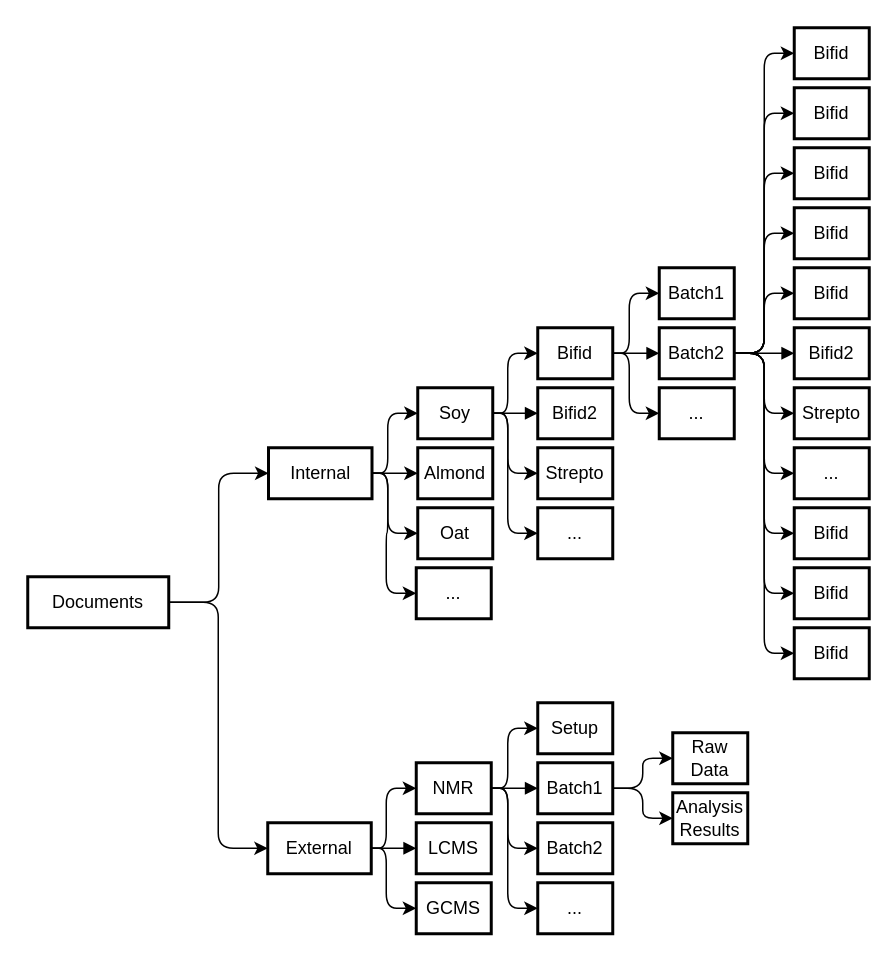
Yoseko/first_streamlit_app keeps this draw.io diagram as Diagramme sans nom.drawio. Above is the earlier version. Source tidied: cells renumbered, new cells numbered last; positions are measured from the earlier drawing's top-left corner, leaving out a move shared by most shapes. Both pictures are drawn from the tidied source at 150%, with x=0, y=0 at pixel (27, 27).
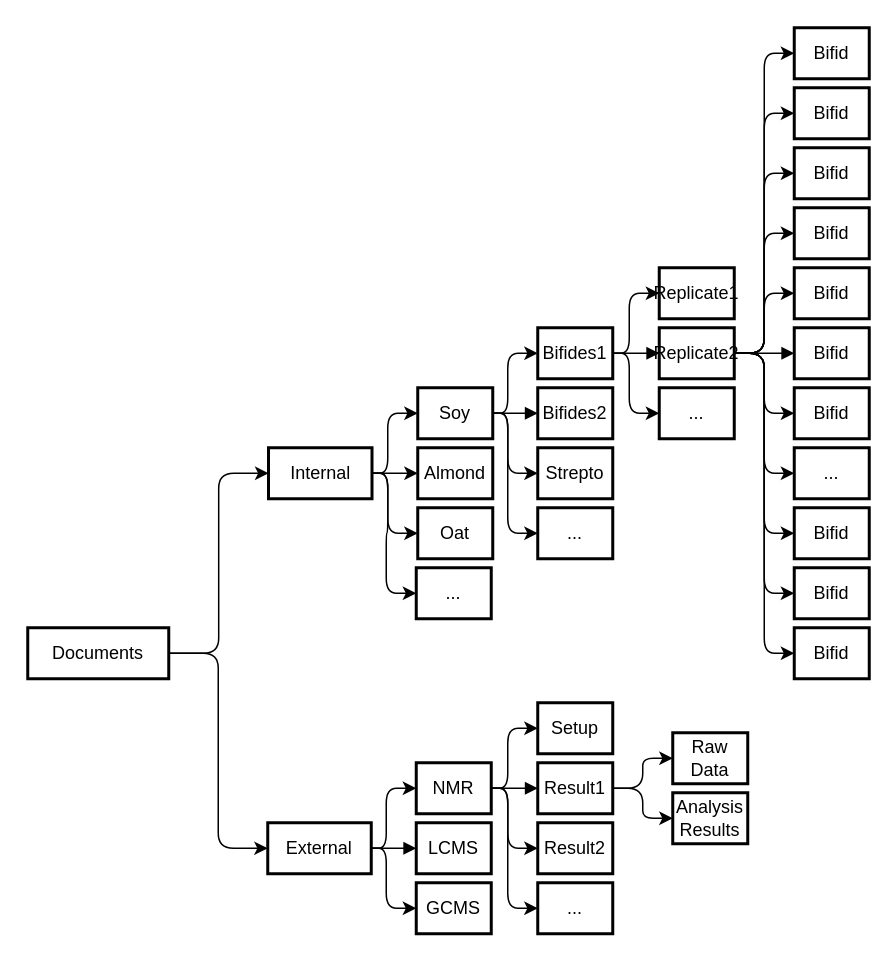
After the change.

What changed in the source:
```diff
@@
     <mxCell id="3" value="Documents" style="whiteSpace=wrap;strokeWidth=2;" parent="1" vertex="1">
-      <mxGeometry y="366" width="94" height="34" as="geometry" />
+      <mxGeometry y="400" width="94" height="34" as="geometry" />
     </mxCell>
@@
-    <mxCell id="28" value="Bifid" style="whiteSpace=wrap;strokeWidth=2;" parent="1" vertex="1">
+    <mxCell id="28" value="Bifides1" style="whiteSpace=wrap;strokeWidth=2;" parent="1" vertex="1">
       <mxGeometry x="340" y="200" width="50" height="34" as="geometry" />
     </mxCell>
-    <mxCell id="29" value="Bifid2" style="whiteSpace=wrap;strokeWidth=2;" parent="1" vertex="1">
+    <mxCell id="29" value="Bifides2" style="whiteSpace=wrap;strokeWidth=2;" parent="1" vertex="1">
       <mxGeometry x="340" y="240" width="50" height="34" as="geometry" />
     </mxCell>
@@
-    <mxCell id="34" value="Batch1" style="whiteSpace=wrap;strokeWidth=2;" parent="1" vertex="1">
+    <mxCell id="34" value="Result1" style="whiteSpace=wrap;strokeWidth=2;" parent="1" vertex="1">
       <mxGeometry x="340" y="490" width="50" height="34" as="geometry" />
     </mxCell>
@@
-    <mxCell id="36" value="Batch2" style="whiteSpace=wrap;strokeWidth=2;" parent="1" vertex="1">
+    <mxCell id="36" value="Result2" style="whiteSpace=wrap;strokeWidth=2;" parent="1" vertex="1">
       <mxGeometry x="340" y="530" width="50" height="34" as="geometry" />
     </mxCell>
@@
-    <mxCell id="45" value="Bifid2" style="whiteSpace=wrap;strokeWidth=2;" parent="1" vertex="1">
+    <mxCell id="45" value="Bifid" style="whiteSpace=wrap;strokeWidth=2;" parent="1" vertex="1">
       <mxGeometry x="511" y="200" width="50" height="34" as="geometry" />
     </mxCell>
@@
-    <mxCell id="47" value="Strepto" style="whiteSpace=wrap;strokeWidth=2;" parent="1" vertex="1">
+    <mxCell id="47" value="Bifid" style="whiteSpace=wrap;strokeWidth=2;" parent="1" vertex="1">
       <mxGeometry x="511" y="240" width="50" height="34" as="geometry" />
     </mxCell>
@@
-    <mxCell id="58" value="Batch1" style="whiteSpace=wrap;strokeWidth=2;" parent="1" vertex="1">
+    <mxCell id="58" value="Replicate1" style="whiteSpace=wrap;strokeWidth=2;" parent="1" vertex="1">
       <mxGeometry x="421" y="160" width="50" height="34" as="geometry" />
     </mxCell>
@@
-    <mxCell id="67" value="Batch2" style="whiteSpace=wrap;strokeWidth=2;" parent="1" vertex="1">
+    <mxCell id="67" value="Replicate2" style="whiteSpace=wrap;strokeWidth=2;" parent="1" vertex="1">
       <mxGeometry x="421" y="200" width="50" height="34" as="geometry" />
     </mxCell>
```
